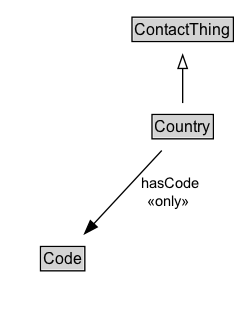
Before: docs/diagrams/Country.dot.png, a diagram exported from Graphviz (ISO-TC204/ontology-cdm-p2-v1). Its source is kept beside it as docs/diagrams/Country.dot.
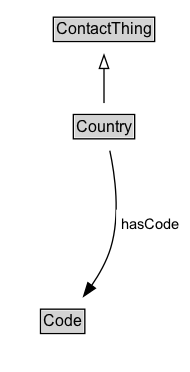
Above is the later version.

What changed in the source:
```diff
@@ -3,18 +3,21 @@
 	node [fontname=Arial fontsize=12 margin=0 shape=none]
 	edge [fontname=Arial fontsize=11]
 	{
+		rank=source
+		ContactThing [label=<<TABLE BORDER="1" CELLBORDER="0" CELLSPACING="0" CELLPADDING="1"><TR><TD BGCOLOR="lightgray" ALIGN="CENTER">ContactThing</TD></TR></TABLE>> URL="../ContactThing" margin=0]
+	}
+	Country [label=<<TABLE BORDER="1" CELLBORDER="0" CELLSPACING="0" CELLPADDING="1"><TR><TD BGCOLOR="lightgray" ALIGN="CENTER">Country</TD></TR></TABLE>> URL="../Country" margin=0]
+	{
 		rank=max
-		Country [label=<<TABLE BORDER="1" CELLBORDER="0" CELLSPACING="0" CELLPADDING="1"><TR><TD BGCOLOR="lightgray" ALIGN="CENTER" PORT="e">Country</TD></TR></TABLE>> URL="../Country.md" margin=0]
 	}
 	subgraph cluster_associated {
 		label="" style=invis
 		Invis [label=<<TABLE BORDER="0" CELLBORDER="0" CELLSPACING="0" CELLPADDING="1"><TR><TD></TD></TR></TABLE>> margin=0 style=invis]
-		Code [label=<<TABLE BORDER="1" CELLBORDER="0" CELLSPACING="0" CELLPADDING="1"><TR><TD BGCOLOR="lightgray" ALIGN="CENTER">Code</TD></TR></TABLE>> URL="../Code.md" margin=0]
+		Code [label=<<TABLE BORDER="1" CELLBORDER="0" CELLSPACING="0" CELLPADDING="1"><TR><TD BGCOLOR="lightgray" ALIGN="CENTER">Code</TD></TR></TABLE>> URL="../Code" margin=0]
 	}
-	ContactThing [label=<<TABLE BORDER="1" CELLBORDER="0" CELLSPACING="0" CELLPADDING="1"><TR><TD BGCOLOR="lightgray" ALIGN="CENTER">ContactThing</TD></TR></TABLE>> URL="../ContactThing.md" margin=0]
 	Country -> ContactThing [arrowhead=onormal style=solid]
 	Country -> Invis [style=invis]
 	Invis -> Code [style=invis]
-	Country -> Code [label=" hasCode
- «only»  " arrowhead=normal style=solid]
+	Code [label=<<TABLE BORDER="1" CELLBORDER="0" CELLSPACING="0" CELLPADDING="1"><TR><TD BGCOLOR="lightgray" ALIGN="CENTER">Code</TD></TR></TABLE>> URL="../Code" margin=0]
+	Country -> Code [label=<<TABLE BORDER="0" CELLBORDER="0" CELLSPACING="0" CELLPADDING="4" BGCOLOR="white"><TR><TD ALIGN="CENTER">hasCode</TD></TR></TABLE>> arrowhead=normal style=solid]
 }
```
